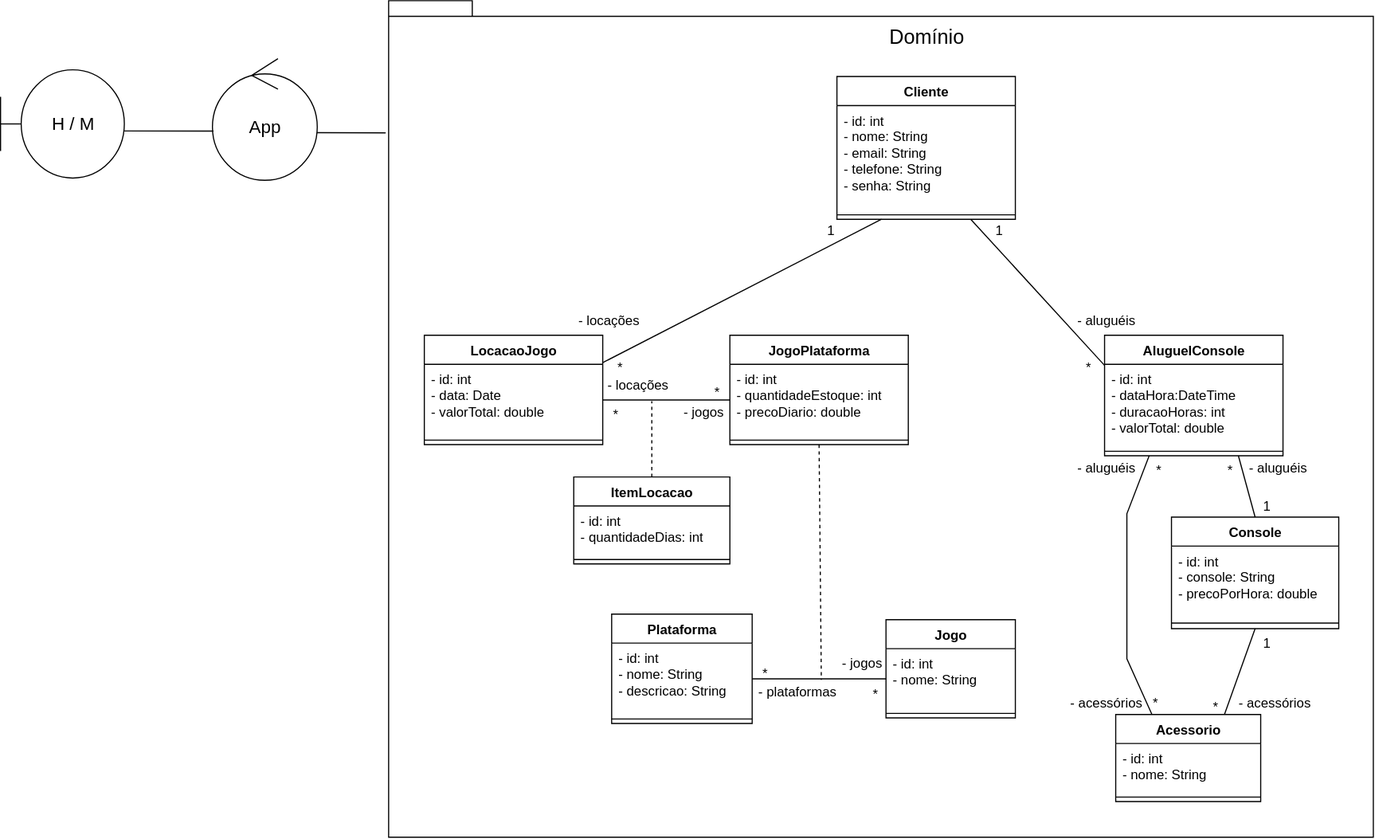
Above: diagrama/diagramaPOO.svg in pedrovalete/sistema-locadora-poo (draw.io), before the change. Source tidied: cells renumbered, new cells last; positions are measured from the earlier drawing's top-left corner, leaving out a move shared by most shapes.
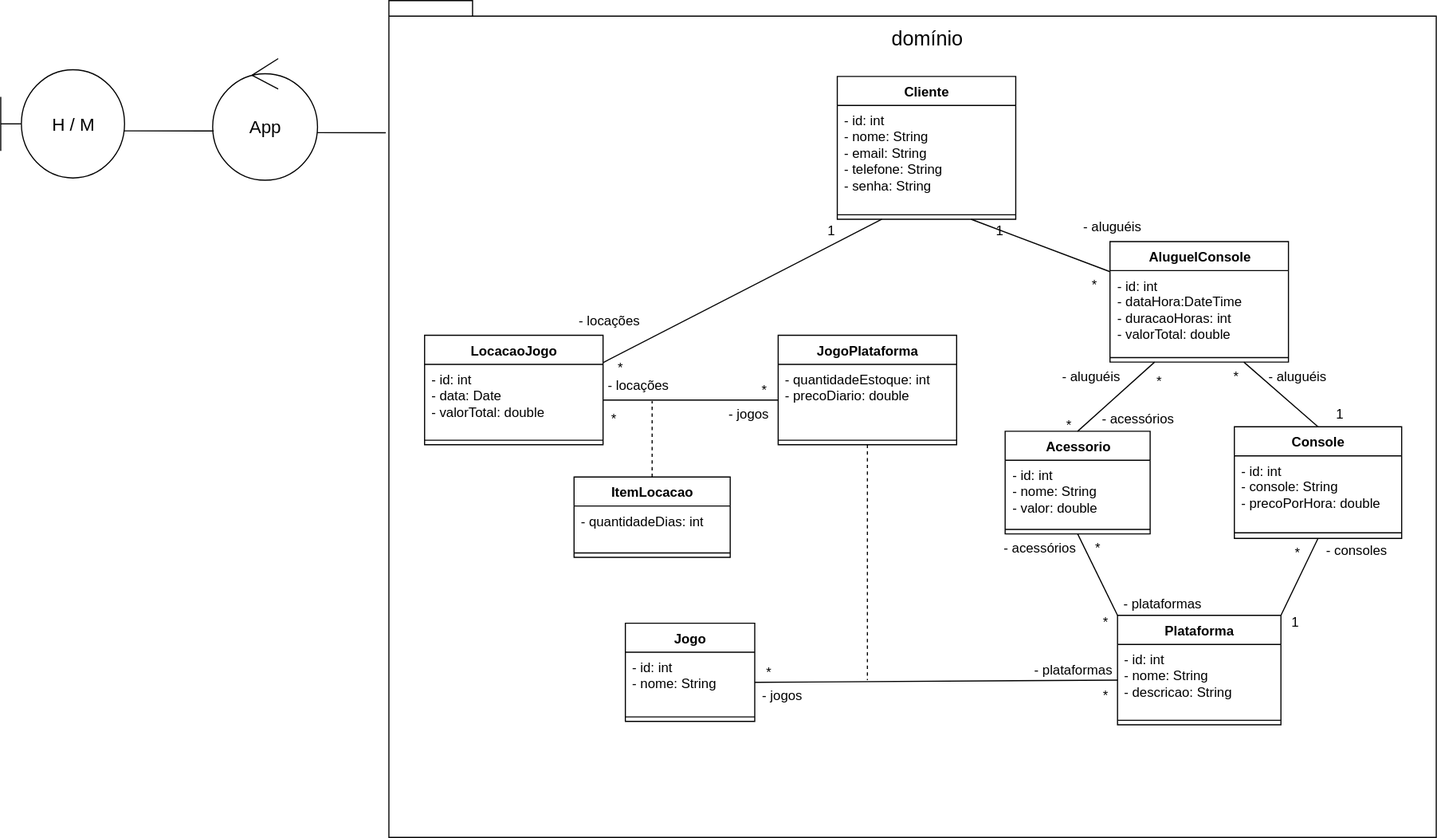
The same diagram one commit later.

Commit message:
Diagrama atualizado de acordo com a correção

Diff of the diagram source:
```diff
@@ -5,6 +5,6 @@
     <mxCell id="2" style="shape=folder;fontStyle=1;spacingTop=10;tabWidth=40;tabHeight=14;tabPosition=left;html=1;whiteSpace=wrap;fillColor=none;" parent="1" vertex="1">
-      <mxGeometry x="348" width="883" height="750" as="geometry" />
+      <mxGeometry x="348" width="939" height="750" as="geometry" />
     </mxCell>
     <mxCell id="3" value="Jogo" style="swimlane;fontStyle=1;align=center;verticalAlign=top;horizontal=1;startSize=26;whiteSpace=wrap;html=1;" parent="1" vertex="1">
-      <mxGeometry x="794" y="555" width="116" height="88" as="geometry" />
+      <mxGeometry x="560" y="558" width="116" height="88" as="geometry" />
     </mxCell>
@@ -17,14 +17,14 @@
     <mxCell id="6" value="Plataforma" style="swimlane;fontStyle=1;align=center;verticalAlign=top;horizontal=1;startSize=26;whiteSpace=wrap;html=1;" parent="1" vertex="1">
-      <mxGeometry x="548" y="550" width="126" height="98" as="geometry" />
+      <mxGeometry x="1001.2" y="551" width="146.5" height="98" as="geometry" />
     </mxCell>
     <mxCell id="7" value="&lt;div&gt;- id: int&lt;/div&gt;&lt;div&gt;- nome: String&lt;/div&gt;&lt;div&gt;- descricao: String&lt;/div&gt;" style="text;strokeColor=none;fillColor=none;align=left;verticalAlign=top;spacingLeft=4;spacingRight=4;overflow=hidden;points=[[0,0.5],[1,0.5]];portConstraint=eastwest;whiteSpace=wrap;html=1;" parent="6" vertex="1">
-      <mxGeometry y="26" width="126" height="64" as="geometry" />
+      <mxGeometry y="26" width="146.5" height="64" as="geometry" />
     </mxCell>
     <mxCell id="8" style="line;strokeWidth=1;fillColor=none;align=left;verticalAlign=middle;spacingTop=-1;spacingLeft=3;spacingRight=3;labelPosition=right;strokeColor=inherit;" parent="6" vertex="1">
-      <mxGeometry y="90" width="126" height="8" as="geometry" />
+      <mxGeometry y="90" width="146.5" height="8" as="geometry" />
     </mxCell>
     <mxCell id="9" value="JogoPlataforma" style="swimlane;fontStyle=1;align=center;verticalAlign=top;horizontal=1;startSize=26;whiteSpace=wrap;html=1;" parent="1" vertex="1">
-      <mxGeometry x="654" y="300" width="160" height="98" as="geometry" />
+      <mxGeometry x="697" y="300" width="160" height="98" as="geometry" />
     </mxCell>
-    <mxCell id="10" value="&lt;div&gt;- id: int&lt;/div&gt;&lt;div&gt;- quantidadeEstoque: int&lt;/div&gt;&lt;div&gt;- precoDiario: double&amp;nbsp;&lt;/div&gt;" style="text;strokeColor=none;fillColor=none;align=left;verticalAlign=top;spacingLeft=4;spacingRight=4;overflow=hidden;points=[[0,0.5],[1,0.5]];portConstraint=eastwest;whiteSpace=wrap;html=1;" parent="9" vertex="1">
+    <mxCell id="10" value="&lt;div&gt;&lt;span style=&quot;background-color: transparent; color: light-dark(rgb(0, 0, 0), rgb(255, 255, 255));&quot;&gt;- quantidadeEstoque: int&lt;/span&gt;&lt;/div&gt;&lt;div&gt;- precoDiario: double&amp;nbsp;&lt;/div&gt;" style="text;strokeColor=none;fillColor=none;align=left;verticalAlign=top;spacingLeft=4;spacingRight=4;overflow=hidden;points=[[0,0.5],[1,0.5]];portConstraint=eastwest;whiteSpace=wrap;html=1;" parent="9" vertex="1">
       <mxGeometry y="26" width="160" height="64" as="geometry" />
@@ -35,3 +35,3 @@
     <mxCell id="12" value="Console" style="swimlane;fontStyle=1;align=center;verticalAlign=top;horizontal=1;startSize=26;whiteSpace=wrap;html=1;" parent="1" vertex="1">
-      <mxGeometry x="1050" y="463" width="150" height="100" as="geometry" />
+      <mxGeometry x="1106" y="382" width="150" height="100" as="geometry" />
     </mxCell>
@@ -62,12 +62,12 @@
     <mxCell id="21" value="ItemLocacao&lt;div&gt;&lt;br&gt;&lt;/div&gt;" style="swimlane;fontStyle=1;align=center;verticalAlign=top;horizontal=1;startSize=26;whiteSpace=wrap;html=1;" parent="1" vertex="1">
-      <mxGeometry x="514" y="427" width="140" height="78" as="geometry" />
+      <mxGeometry x="514" y="427" width="140" height="72" as="geometry" />
     </mxCell>
-    <mxCell id="22" value="- id: int&lt;div&gt;- quantidadeDias: int&lt;/div&gt;" style="text;strokeColor=none;fillColor=none;align=left;verticalAlign=top;spacingLeft=4;spacingRight=4;overflow=hidden;whiteSpace=wrap;html=1;" parent="21" vertex="1">
-      <mxGeometry y="26" width="140" height="44" as="geometry" />
+    <mxCell id="22" value="&lt;div&gt;- quantidadeDias: int&lt;/div&gt;" style="text;strokeColor=none;fillColor=none;align=left;verticalAlign=top;spacingLeft=4;spacingRight=4;overflow=hidden;whiteSpace=wrap;html=1;" parent="21" vertex="1">
+      <mxGeometry y="26" width="140" height="38" as="geometry" />
     </mxCell>
     <mxCell id="23" style="line;strokeWidth=1;fillColor=none;align=left;verticalAlign=middle;spacingTop=-1;spacingLeft=3;spacingRight=3;labelPosition=right;strokeColor=inherit;" parent="21" vertex="1">
-      <mxGeometry y="70" width="140" height="8" as="geometry" />
+      <mxGeometry y="64" width="140" height="8" as="geometry" />
     </mxCell>
     <mxCell id="24" value="AluguelConsole" style="swimlane;fontStyle=1;align=center;verticalAlign=top;horizontal=1;startSize=26;whiteSpace=wrap;html=1;" parent="1" vertex="1">
-      <mxGeometry x="990" y="300" width="160" height="108" as="geometry" />
+      <mxGeometry x="994.5" y="216" width="160" height="108" as="geometry" />
     </mxCell>
@@ -80,9 +80,9 @@
     <mxCell id="27" value="Acessorio" style="swimlane;fontStyle=1;align=center;verticalAlign=top;horizontal=1;startSize=26;whiteSpace=wrap;html=1;" parent="1" vertex="1">
-      <mxGeometry x="1000" y="640" width="130" height="78" as="geometry" />
+      <mxGeometry x="900.5" y="386" width="130" height="92" as="geometry" />
     </mxCell>
-    <mxCell id="28" value="- id: int&lt;div&gt;- nome: String&lt;/div&gt;" style="text;strokeColor=none;fillColor=none;align=left;verticalAlign=top;spacingLeft=4;spacingRight=4;overflow=hidden;whiteSpace=wrap;html=1;" parent="27" vertex="1">
-      <mxGeometry y="26" width="130" height="44" as="geometry" />
+    <mxCell id="28" value="- id: int&lt;div&gt;- nome: String&lt;/div&gt;&lt;div&gt;- valor: double&lt;/div&gt;" style="text;strokeColor=none;fillColor=none;align=left;verticalAlign=top;spacingLeft=4;spacingRight=4;overflow=hidden;whiteSpace=wrap;html=1;" parent="27" vertex="1">
+      <mxGeometry y="26" width="130" height="58" as="geometry" />
     </mxCell>
     <mxCell id="29" style="line;strokeWidth=1;fillColor=none;align=left;verticalAlign=middle;spacingTop=-1;spacingLeft=3;spacingRight=3;labelPosition=right;strokeColor=inherit;" parent="27" vertex="1">
-      <mxGeometry y="70" width="130" height="8" as="geometry" />
+      <mxGeometry y="84" width="130" height="8" as="geometry" />
     </mxCell>
@@ -94,8 +94,5 @@
     </mxCell>
-    <mxCell id="32" style="endArrow=none;html=1;rounded=0;entryX=1;entryY=0.5;entryDx=0;entryDy=0;exitX=0;exitY=0.5;exitDx=0;exitDy=0;" parent="1" edge="1" source="4" target="7">
-      <mxGeometry relative="1" as="geometry" />
-    </mxCell>
     <mxCell id="33" style="endArrow=none;dashed=1;html=1;rounded=0;exitX=0.5;exitY=1;exitDx=0;exitDy=0;" parent="1" edge="1" source="9">
       <mxGeometry relative="1" as="geometry">
-        <mxPoint x="736" y="609" as="targetPoint" />
+        <mxPoint x="777" y="609" as="targetPoint" />
       </mxGeometry>
@@ -113,11 +110,2 @@
     </mxCell>
-    <mxCell id="37" style="endArrow=none;html=1;rounded=0;entryX=0.25;entryY=1;entryDx=0;entryDy=0;exitX=0.25;exitY=0;exitDx=0;exitDy=0;" parent="1" edge="1" source="27" target="24">
-      <mxGeometry relative="1" as="geometry">
-        <Array as="points">
-          <mxPoint x="1010" y="590" />
-          <mxPoint x="1010" y="530" />
-          <mxPoint x="1010" y="460" />
-        </Array>
-      </mxGeometry>
-    </mxCell>
     <mxCell id="38" value="1" style="text;html=1;align=center;verticalAlign=middle;strokeColor=none;fillColor=none;" parent="1" vertex="1">
@@ -132,36 +120,30 @@
     <mxCell id="41" value="*" style="text;html=1;align=center;verticalAlign=middle;strokeColor=none;fillColor=none;" parent="1" vertex="1">
-      <mxGeometry x="960" y="314" width="30" height="30" as="geometry" />
+      <mxGeometry x="964.5" y="240" width="30" height="30" as="geometry" />
     </mxCell>
     <mxCell id="42" value="*" style="text;html=1;align=center;verticalAlign=middle;strokeColor=none;fillColor=none;" parent="1" vertex="1">
-      <mxGeometry x="536" y="356" width="30" height="30" as="geometry" />
+      <mxGeometry x="534" y="360" width="30" height="30" as="geometry" />
     </mxCell>
     <mxCell id="43" value="*" style="text;html=1;align=center;verticalAlign=middle;strokeColor=none;fillColor=none;" parent="1" vertex="1">
-      <mxGeometry x="627" y="336" width="30" height="30" as="geometry" />
+      <mxGeometry x="669" y="334" width="30" height="30" as="geometry" />
     </mxCell>
     <mxCell id="44" value="*" style="text;html=1;align=center;verticalAlign=middle;strokeColor=none;fillColor=none;" parent="1" vertex="1">
-      <mxGeometry x="769" y="607" width="30" height="30" as="geometry" />
+      <mxGeometry x="974.8" y="608" width="30" height="30" as="geometry" />
     </mxCell>
     <mxCell id="45" value="*" style="text;html=1;align=center;verticalAlign=middle;strokeColor=none;fillColor=none;" parent="1" vertex="1">
-      <mxGeometry x="670" y="588" width="30" height="30" as="geometry" />
+      <mxGeometry x="673" y="587" width="30" height="30" as="geometry" />
     </mxCell>
     <mxCell id="46" value="*" style="text;html=1;align=center;verticalAlign=middle;strokeColor=none;fillColor=none;" parent="1" vertex="1">
-      <mxGeometry x="1087" y="406" width="30" height="30" as="geometry" />
+      <mxGeometry x="1091.5" y="322" width="30" height="30" as="geometry" />
     </mxCell>
     <mxCell id="47" value="1" style="text;html=1;align=center;verticalAlign=middle;strokeColor=none;fillColor=none;" parent="1" vertex="1">
-      <mxGeometry x="1120" y="438" width="30" height="30" as="geometry" />
+      <mxGeometry x="1184.5" y="356" width="30" height="30" as="geometry" />
     </mxCell>
     <mxCell id="48" value="*" style="text;html=1;align=center;verticalAlign=middle;strokeColor=none;fillColor=none;" parent="1" vertex="1">
-      <mxGeometry x="1023" y="406" width="30" height="30" as="geometry" />
+      <mxGeometry x="1023" y="326" width="30" height="30" as="geometry" />
     </mxCell>
     <mxCell id="49" value="*" style="text;html=1;align=center;verticalAlign=middle;strokeColor=none;fillColor=none;" parent="1" vertex="1">
-      <mxGeometry x="1020" y="615" width="30" height="30" as="geometry" />
+      <mxGeometry x="942" y="366" width="30" height="30" as="geometry" />
     </mxCell>
-    <mxCell id="50" value="1" style="text;html=1;align=center;verticalAlign=middle;strokeColor=none;fillColor=none;" parent="1" vertex="1">
-      <mxGeometry x="1120" y="561" width="30" height="30" as="geometry" />
-    </mxCell>
-    <mxCell id="51" value="*" style="text;html=1;align=center;verticalAlign=middle;strokeColor=none;fillColor=none;" parent="1" vertex="1">
-      <mxGeometry x="1074" y="618" width="30" height="30" as="geometry" />
-    </mxCell>
-    <mxCell id="52" value="&lt;font style=&quot;font-size: 18px;&quot;&gt;Domínio&lt;/font&gt;" style="text;html=1;align=center;verticalAlign=middle;strokeColor=none;fillColor=none;fontSize=20;" parent="1" vertex="1">
-      <mxGeometry x="785" y="12" width="90" height="40" as="geometry" />
+    <mxCell id="52" value="&lt;font style=&quot;font-size: 18px;&quot;&gt;domínio&lt;/font&gt;" style="text;html=1;align=center;verticalAlign=middle;strokeColor=none;fillColor=none;fontSize=20;" parent="1" vertex="1">
+      <mxGeometry x="789" y="14" width="82" height="37" as="geometry" />
     </mxCell>
@@ -173,5 +155,2 @@
     </mxCell>
-    <mxCell id="55" style="endArrow=none;html=1;rounded=0;entryX=0.5;entryY=1;entryDx=0;entryDy=0;exitX=0.75;exitY=0;exitDx=0;exitDy=0;" parent="1" edge="1" source="27" target="12">
-      <mxGeometry relative="1" as="geometry" />
-    </mxCell>
     <mxCell id="56" style="endArrow=none;html=1;rounded=0;exitX=0.995;exitY=0.609;exitDx=0;exitDy=0;exitPerimeter=0;entryX=-0.003;entryY=0.158;entryDx=0;entryDy=0;entryPerimeter=0;" parent="1" edge="1" source="53" target="2">
@@ -186,6 +165,6 @@
     <mxCell id="59" value="- aluguéis" style="text;html=1;align=center;verticalAlign=middle;strokeColor=none;fillColor=none;" parent="1" vertex="1">
-      <mxGeometry x="956" y="274" width="70" height="26" as="geometry" />
+      <mxGeometry x="960.5" y="190" width="70" height="26" as="geometry" />
     </mxCell>
     <mxCell id="60" value="- jogos" style="text;html=1;align=center;verticalAlign=middle;strokeColor=none;fillColor=none;" parent="1" vertex="1">
-      <mxGeometry x="603" y="356" width="54" height="26" as="geometry" />
+      <mxGeometry x="643" y="358" width="54" height="26" as="geometry" />
     </mxCell>
@@ -195,19 +174,49 @@
     <mxCell id="62" value="- jogos" style="text;html=1;align=center;verticalAlign=middle;strokeColor=none;fillColor=none;" parent="1" vertex="1">
-      <mxGeometry x="745" y="581" width="54" height="26" as="geometry" />
+      <mxGeometry x="673" y="610" width="54" height="26" as="geometry" />
     </mxCell>
     <mxCell id="63" value="- plataformas" style="text;html=1;align=center;verticalAlign=middle;strokeColor=none;fillColor=none;" parent="1" vertex="1">
-      <mxGeometry x="670" y="607" width="88" height="26" as="geometry" />
+      <mxGeometry x="916.8" y="587" width="88" height="26" as="geometry" />
     </mxCell>
     <mxCell id="64" value="- aluguéis" style="text;html=1;align=center;verticalAlign=middle;strokeColor=none;fillColor=none;" parent="1" vertex="1">
-      <mxGeometry x="1110" y="406" width="70" height="26" as="geometry" />
+      <mxGeometry x="1127" y="324" width="70" height="26" as="geometry" />
     </mxCell>
-    <mxCell id="65" value="- acessórios" style="text;html=1;align=center;verticalAlign=middle;strokeColor=none;fillColor=none;" parent="1" vertex="1">
-      <mxGeometry x="1100" y="617" width="83" height="26" as="geometry" />
-    </mxCell>
     <mxCell id="66" value="- aluguéis" style="text;html=1;align=center;verticalAlign=middle;strokeColor=none;fillColor=none;" parent="1" vertex="1">
-      <mxGeometry x="956" y="406" width="70" height="26" as="geometry" />
+      <mxGeometry x="942" y="324" width="70" height="26" as="geometry" />
     </mxCell>
     <mxCell id="67" value="- acessórios" style="text;html=1;align=center;verticalAlign=middle;strokeColor=none;fillColor=none;" parent="1" vertex="1">
-      <mxGeometry x="949.5" y="617" width="83" height="26" as="geometry" />
+      <mxGeometry x="977" y="362" width="83" height="26" as="geometry" />
     </mxCell>
+    <mxCell id="32" style="endArrow=none;html=1;rounded=0;entryX=0;entryY=0.5;entryDx=0;entryDy=0;exitX=1;exitY=0.5;exitDx=0;exitDy=0;" parent="1" edge="1" source="4" target="7">
+      <mxGeometry relative="1" as="geometry" />
+    </mxCell>
+    <mxCell id="37" style="endArrow=none;html=1;rounded=0;entryX=0.25;entryY=1;entryDx=0;entryDy=0;exitX=0.5;exitY=0;exitDx=0;exitDy=0;" parent="1" edge="1" source="27" target="24">
+      <mxGeometry relative="1" as="geometry" />
+    </mxCell>
+    <mxCell id="68" style="endArrow=none;html=1;rounded=0;entryX=0.5;entryY=1;entryDx=0;entryDy=0;exitX=0;exitY=0;exitDx=0;exitDy=0;" parent="1" edge="1" source="6" target="27">
+      <mxGeometry relative="1" as="geometry" />
+    </mxCell>
+    <mxCell id="69" style="endArrow=none;html=1;rounded=0;entryX=0.5;entryY=1;entryDx=0;entryDy=0;exitX=1;exitY=0;exitDx=0;exitDy=0;" parent="1" edge="1" source="6" target="12">
+      <mxGeometry relative="1" as="geometry" />
+    </mxCell>
+    <mxCell id="70" value="*" style="text;html=1;align=center;verticalAlign=middle;strokeColor=none;fillColor=none;" parent="1" vertex="1">
+      <mxGeometry x="1150.5" y="482" width="23" height="26" as="geometry" />
+    </mxCell>
+    <mxCell id="50" value="1" style="text;html=1;align=center;verticalAlign=middle;strokeColor=none;fillColor=none;" parent="1" vertex="1">
+      <mxGeometry x="1147.8" y="544" width="25" height="26" as="geometry" />
+    </mxCell>
+    <mxCell id="71" value="*" style="text;html=1;align=center;verticalAlign=middle;strokeColor=none;fillColor=none;" parent="1" vertex="1">
+      <mxGeometry x="971.5" y="478" width="23" height="26" as="geometry" />
+    </mxCell>
+    <mxCell id="72" value="*" style="text;html=1;align=center;verticalAlign=middle;strokeColor=none;fillColor=none;" parent="1" vertex="1">
+      <mxGeometry x="978.2" y="544" width="23" height="26" as="geometry" />
+    </mxCell>
+    <mxCell id="65" value="- acessórios" style="text;html=1;align=center;verticalAlign=middle;strokeColor=none;fillColor=none;" parent="1" vertex="1">
+      <mxGeometry x="889" y="478" width="83" height="26" as="geometry" />
+    </mxCell>
+    <mxCell id="73" value="- plataformas" style="text;html=1;align=center;verticalAlign=middle;strokeColor=none;fillColor=none;" parent="1" vertex="1">
+      <mxGeometry x="997" y="528" width="88" height="26" as="geometry" />
+    </mxCell>
+    <mxCell id="74" value="- consoles" style="text;html=1;align=center;verticalAlign=middle;strokeColor=none;fillColor=none;" parent="1" vertex="1">
+      <mxGeometry x="1178" y="480" width="73" height="26" as="geometry" />
+    </mxCell>
   </root>
```
